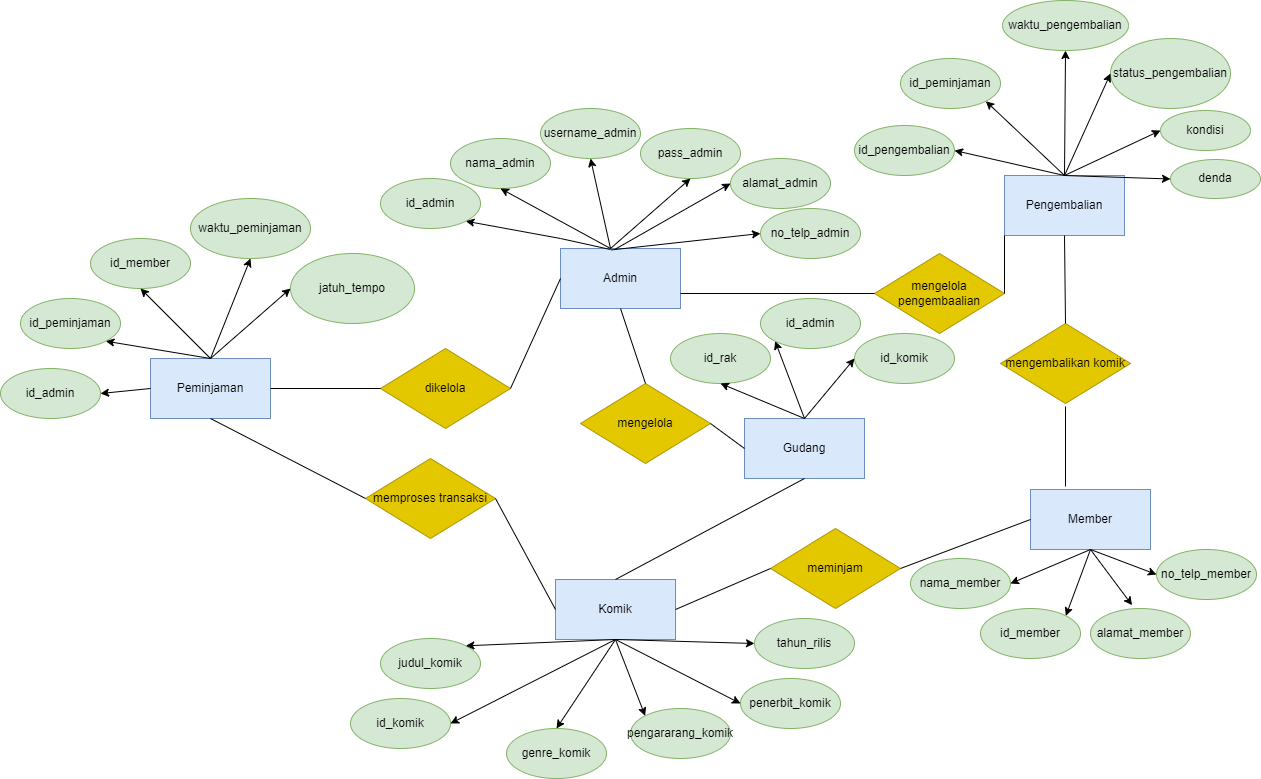
Before: Pertemuan 2/Diagram ERD.drawio.png, a diagram exported from draw.io (Naufalzaki05/IF214002). Source tidied: cells renumbered, new cells last; positions are measured from the earlier drawing's top-left corner, leaving out a move shared by most shapes.
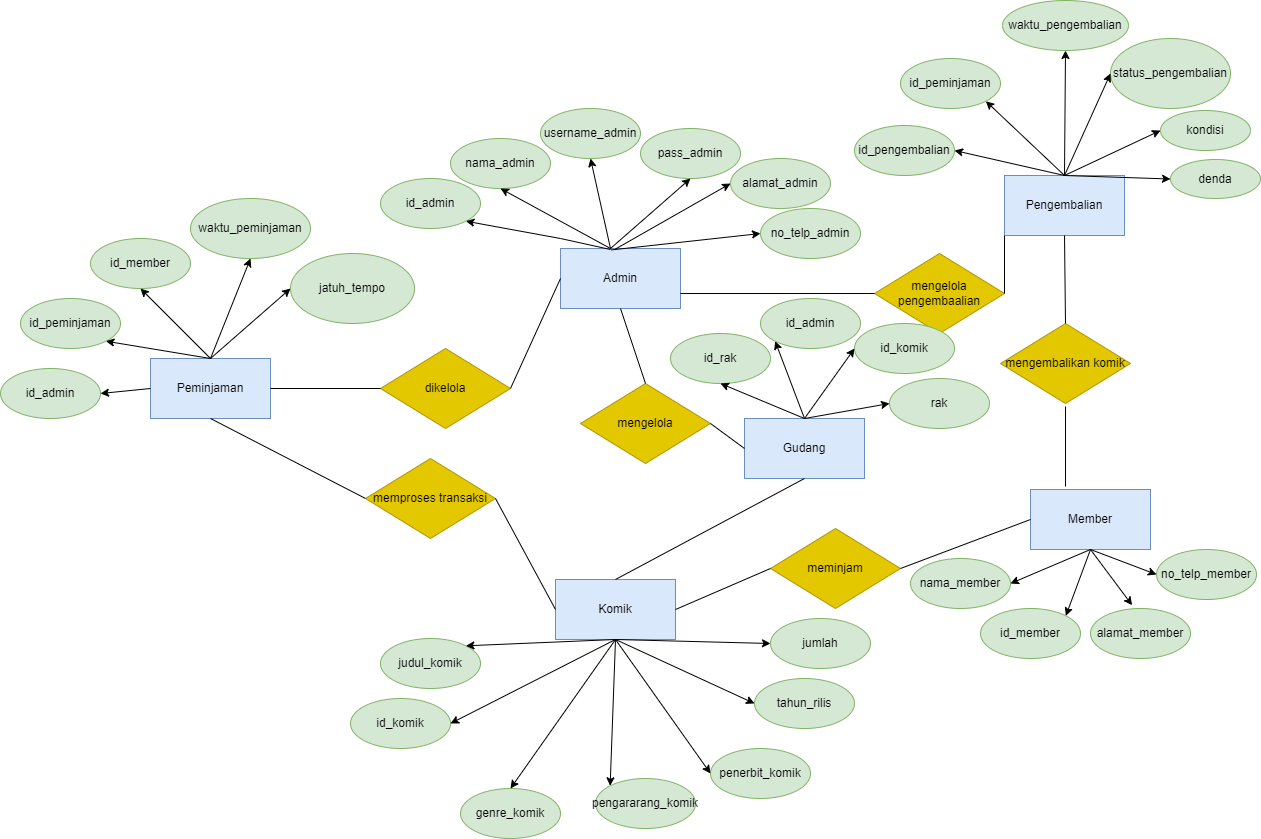
Later version of the same file.

The edit, as a diff of the source:
```diff
@@ -55,19 +55,19 @@
       <mxGeometry x="350" y="698" width="100" height="50" as="geometry" />
     </mxCell>
     <mxCell id="16" value="genre_komik" style="ellipse;whiteSpace=wrap;html=1;fillColor=#d5e8d4;strokeColor=#82b366;" parent="1" vertex="1">
-      <mxGeometry x="506" y="728" width="100" height="50" as="geometry" />
+      <mxGeometry x="460" y="788" width="100" height="50" as="geometry" />
     </mxCell>
     <mxCell id="17" value="judul_komik" style="ellipse;whiteSpace=wrap;html=1;fillColor=#d5e8d4;strokeColor=#82b366;" parent="1" vertex="1">
       <mxGeometry x="380" y="638" width="100" height="50" as="geometry" />
     </mxCell>
     <mxCell id="18" value="pengararang_komik" style="ellipse;whiteSpace=wrap;html=1;fillColor=#d5e8d4;strokeColor=#82b366;" parent="1" vertex="1">
-      <mxGeometry x="630" y="708" width="100" height="50" as="geometry" />
+      <mxGeometry x="595" y="778" width="100" height="50" as="geometry" />
     </mxCell>
     <mxCell id="19" value="penerbit_komik" style="ellipse;whiteSpace=wrap;html=1;fillColor=#d5e8d4;strokeColor=#82b366;" parent="1" vertex="1">
-      <mxGeometry x="740" y="678" width="100" height="50" as="geometry" />
+      <mxGeometry x="710" y="748" width="100" height="50" as="geometry" />
     </mxCell>
     <mxCell id="20" value="tahun_rilis" style="ellipse;whiteSpace=wrap;html=1;fillColor=#d5e8d4;strokeColor=#82b366;" parent="1" vertex="1">
-      <mxGeometry x="754" y="618" width="100" height="50" as="geometry" />
+      <mxGeometry x="754" y="678" width="100" height="50" as="geometry" />
     </mxCell>
     <mxCell id="21" value="no_telp_admin" style="ellipse;whiteSpace=wrap;html=1;fillColor=#d5e8d4;strokeColor=#82b366;" parent="1" vertex="1">
       <mxGeometry x="760" y="208" width="100" height="50" as="geometry" />
@@ -237,7 +237,7 @@
       <mxGeometry relative="1" as="geometry" />
     </mxCell>
     <mxCell id="75" value="id_komik" style="ellipse;whiteSpace=wrap;html=1;fillColor=#d5e8d4;strokeColor=#82b366;" parent="1" vertex="1">
-      <mxGeometry x="854" y="333" width="100" height="50" as="geometry" />
+      <mxGeometry x="854" y="323" width="100" height="50" as="geometry" />
     </mxCell>
     <mxCell id="76" style="endArrow=classic;html=1;rounded=0;entryX=0.5;entryY=1;entryDx=0;entryDy=0;exitX=0.5;exitY=0;exitDx=0;exitDy=0;" parent="1" edge="1" source="71" target="72">
       <mxGeometry relative="1" as="geometry" />
@@ -272,5 +272,17 @@
     <mxCell id="86" style="endArrow=classic;html=1;rounded=0;exitX=0.5;exitY=0;exitDx=0;exitDy=0;entryX=0;entryY=0.5;entryDx=0;entryDy=0;" parent="1" edge="1" source="54" target="84">
       <mxGeometry relative="1" as="geometry" />
     </mxCell>
+    <mxCell id="87" value="jumlah" style="ellipse;whiteSpace=wrap;html=1;fillColor=#d5e8d4;strokeColor=#82b366;" parent="1" vertex="1">
+      <mxGeometry x="770" y="618" width="100" height="50" as="geometry" />
+    </mxCell>
+    <mxCell id="88" style="endArrow=classic;html=1;rounded=0;exitX=0.5;exitY=1;exitDx=0;exitDy=0;entryX=0;entryY=0.5;entryDx=0;entryDy=0;" parent="1" edge="1" source="4" target="87">
+      <mxGeometry relative="1" as="geometry" />
+    </mxCell>
+    <mxCell id="89" style="endArrow=classic;html=1;rounded=0;exitX=0.5;exitY=0;exitDx=0;exitDy=0;entryX=0;entryY=0.5;entryDx=0;entryDy=0;" parent="1" edge="1" source="71" target="90">
+      <mxGeometry relative="1" as="geometry" />
+    </mxCell>
+    <mxCell id="90" value="rak" style="ellipse;whiteSpace=wrap;html=1;fillColor=#d5e8d4;strokeColor=#82b366;" parent="1" vertex="1">
+      <mxGeometry x="889" y="378" width="100" height="50" as="geometry" />
+    </mxCell>
   </root>
 </mxGraphModel>
```
